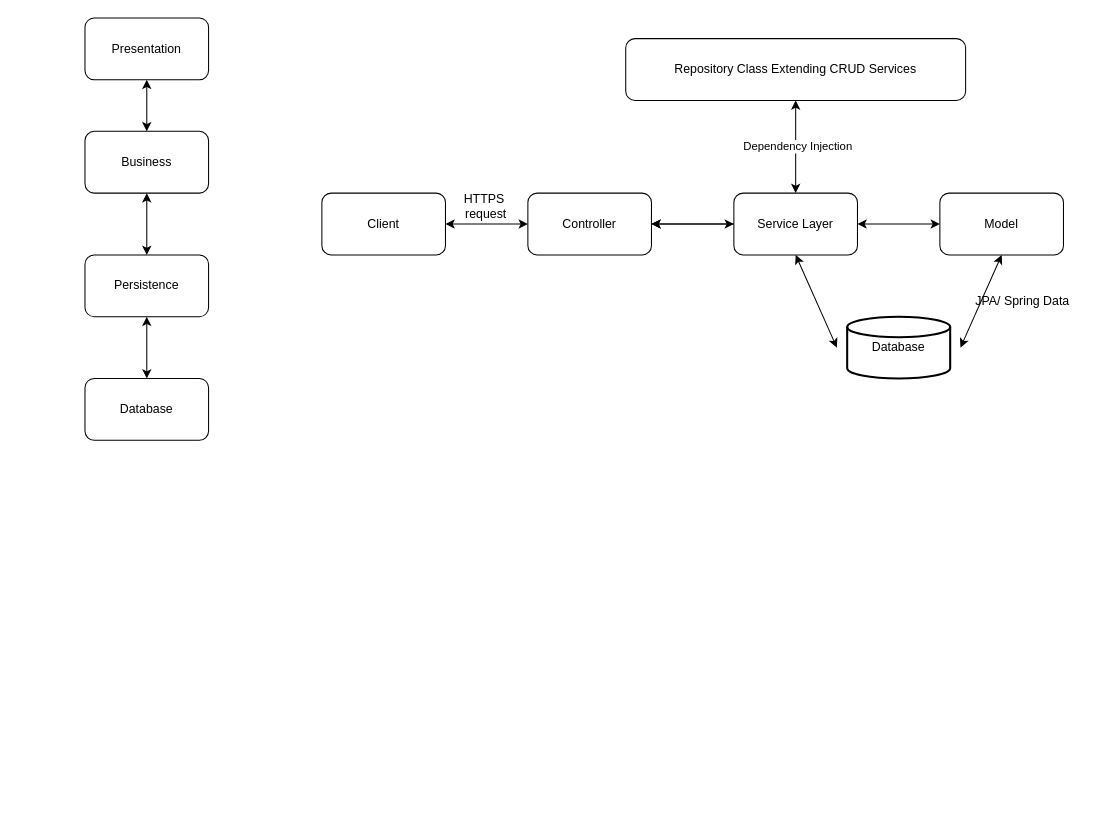
Above: page "architecture" (5 of 8) of diagram.drawio in pnv2003/hcmut-ssps (draw.io), before the change. Source tidied: cells renumbered, new cells numbered last; positions are measured from the earlier drawing's top-left corner, leaving out a move shared by most shapes. Both pictures are drawn from the tidied source at 103%, with x=0, y=0 at pixel (84, 18).
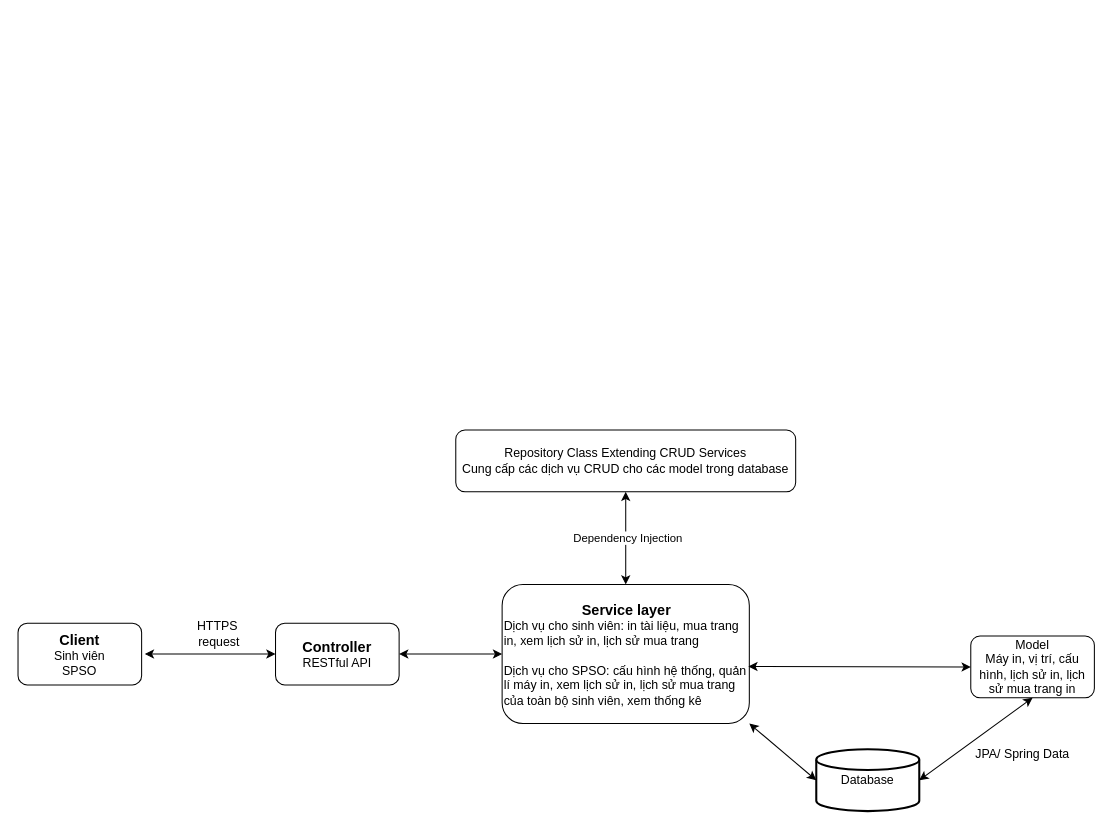
Above is the later version.

The edit, as a diff of the source:
```diff
@@
-    <mxCell id="2" style="edgeStyle=orthogonalEdgeStyle;rounded=0;jettySize=auto;html=1;" parent="1" edge="1" source="3" target="5">
-      <mxGeometry relative="1" as="geometry" />
-    </mxCell>
-    <mxCell id="3" value="Service Layer" style="rounded=1;whiteSpace=wrap;html=1;" parent="1" vertex="1">
-      <mxGeometry x="630" y="170" width="120" height="60" as="geometry" />
-    </mxCell>
-    <mxCell id="4" value="Client" style="rounded=1;whiteSpace=wrap;html=1;" parent="1" vertex="1">
-      <mxGeometry x="230" y="170" width="120" height="60" as="geometry" />
-    </mxCell>
-    <mxCell id="5" value="Controller" style="rounded=1;whiteSpace=wrap;html=1;" parent="1" vertex="1">
-      <mxGeometry x="430" y="170" width="120" height="60" as="geometry" />
-    </mxCell>
-    <mxCell id="6" value="Model" style="rounded=1;whiteSpace=wrap;html=1;" parent="1" vertex="1">
-      <mxGeometry x="830" y="170" width="120" height="60" as="geometry" />
-    </mxCell>
-    <mxCell id="7" value="Repository Class Extending CRUD Services" style="rounded=1;whiteSpace=wrap;html=1;" parent="1" vertex="1">
-      <mxGeometry x="525" y="20" width="330" height="60" as="geometry" />
-    </mxCell>
-    <mxCell id="8" style="endArrow=classic;startArrow=classic;html=1;rounded=0;entryX=0;entryY=0.5;entryDx=0;entryDy=0;exitX=1;exitY=0.5;exitDx=0;exitDy=0;" parent="1" edge="1" source="4" target="5">
-      <mxGeometry relative="1" as="geometry" />
-    </mxCell>
-    <mxCell id="9" style="endArrow=classic;startArrow=classic;html=1;rounded=0;entryX=0.5;entryY=0;entryDx=0;entryDy=0;exitX=0.5;exitY=1;exitDx=0;exitDy=0;" parent="1" edge="1" source="7" target="3">
-      <mxGeometry relative="1" as="geometry" />
-    </mxCell>
+    <mxCell id="25" value="&lt;font style=&quot;font-size: 14px;&quot;&gt;&lt;b&gt;Client&lt;/b&gt;&lt;/font&gt;&lt;br&gt;Sinh viên&lt;br&gt;SPSO" style="rounded=1;whiteSpace=wrap;html=1;" parent="1" vertex="1">
+      <mxGeometry x="-65" y="587.5" width="120" height="60" as="geometry" />
+    </mxCell>
+    <mxCell id="26" value="&lt;font style=&quot;font-size: 14px;&quot;&gt;&lt;b&gt;Controller&lt;/b&gt;&lt;/font&gt;&lt;br&gt;RESTful API" style="rounded=1;whiteSpace=wrap;html=1;" parent="1" vertex="1">
+      <mxGeometry x="185" y="587.5" width="120" height="60" as="geometry" />
+    </mxCell>
+    <mxCell id="27" style="endArrow=classic;startArrow=classic;html=1;rounded=0;entryX=0;entryY=0.5;entryDx=0;entryDy=0;exitX=1.026;exitY=0.5;exitDx=0;exitDy=0;exitPerimeter=0;" parent="1" edge="1" source="25" target="26">
+      <mxGeometry relative="1" as="geometry" />
+    </mxCell>
+    <mxCell id="16" value="HTTPS&amp;nbsp;&lt;br&gt;request" style="text;html=1;align=center;verticalAlign=middle;strokeColor=none;fillColor=none;" parent="1" vertex="1">
+      <mxGeometry x="95" y="577.5" width="70" height="40" as="geometry" />
+    </mxCell>
+    <mxCell id="28" value="&lt;div style=&quot;text-align: center;&quot;&gt;&lt;b style=&quot;background-color: initial;&quot;&gt;&lt;font style=&quot;font-size: 14px;&quot;&gt;Service layer&lt;/font&gt;&lt;/b&gt;&lt;/div&gt;Dịch vụ cho sinh viên: in tài liệu, mua trang in, xem lịch sử in, lịch sử mua trang&lt;br&gt;&lt;br&gt;Dịch vụ cho SPSO: cấu hình hệ thống, quản lí máy in, xem lịch sử in, lịch sử mua trang của toàn bộ sinh viên, xem thống kê" style="rounded=1;whiteSpace=wrap;html=1;align=left;" parent="1" vertex="1">
+      <mxGeometry x="405" y="550" width="240" height="135" as="geometry" />
+    </mxCell>
+    <mxCell id="29" style="endArrow=classic;startArrow=classic;html=1;rounded=0;entryX=0;entryY=0.5;entryDx=0;entryDy=0;exitX=1;exitY=0.5;exitDx=0;exitDy=0;" parent="1" edge="1" source="26" target="28">
+      <mxGeometry relative="1" as="geometry" />
+    </mxCell>
+    <mxCell id="30" value="Model&lt;br&gt;Máy in, vị trí, cấu hình, lịch sử in, lịch sử mua trang in" style="rounded=1;whiteSpace=wrap;html=1;" parent="1" vertex="1">
+      <mxGeometry x="860" y="600" width="120" height="60" as="geometry" />
+    </mxCell>
+    <mxCell id="31" style="endArrow=classic;startArrow=classic;html=1;rounded=0;exitX=0.996;exitY=0.59;exitDx=0;exitDy=0;entryX=0;entryY=0.5;entryDx=0;entryDy=0;exitPerimeter=0;" parent="1" edge="1" source="28" target="30">
+      <mxGeometry relative="1" as="geometry" />
+    </mxCell>
+    <mxCell id="32" value="Repository Class Extending CRUD Services&lt;br&gt;Cung cấp các dịch vụ CRUD cho các model trong database" style="rounded=1;whiteSpace=wrap;html=1;" parent="1" vertex="1">
+      <mxGeometry x="360" y="400" width="330" height="60" as="geometry" />
+    </mxCell>
+    <mxCell id="33" style="endArrow=classic;startArrow=classic;html=1;rounded=0;entryX=0.5;entryY=0;entryDx=0;entryDy=0;exitX=0.5;exitY=1;exitDx=0;exitDy=0;" parent="1" edge="1" source="32" target="28">
+      <mxGeometry relative="1" as="geometry" />
+    </mxCell>
-    <mxCell id="10" value="Dependency Injection" style="edgeLabel;html=1;align=center;verticalAlign=middle;" parent="9" vertex="1">
+    <mxCell id="10" value="Dependency Injection" style="edgeLabel;html=1;align=center;verticalAlign=middle;" parent="33" vertex="1">
       <mxGeometry x="-0.02" y="1" relative="1" as="geometry" />
     </mxCell>
-    <mxCell id="11" style="endArrow=classic;startArrow=classic;html=1;rounded=0;entryX=0;entryY=0.5;entryDx=0;entryDy=0;exitX=1;exitY=0.5;exitDx=0;exitDy=0;" parent="1" edge="1" source="5" target="3">
-      <mxGeometry relative="1" as="geometry" />
-    </mxCell>
-    <mxCell id="12" style="endArrow=classic;startArrow=classic;html=1;rounded=0;exitX=1;exitY=0.5;exitDx=0;exitDy=0;entryX=0;entryY=0.5;entryDx=0;entryDy=0;" parent="1" edge="1" source="3" target="6">
-      <mxGeometry relative="1" as="geometry" />
-    </mxCell>
-    <mxCell id="13" style="endArrow=classic;startArrow=classic;html=1;rounded=0;entryX=0.5;entryY=1;entryDx=0;entryDy=0;exitX=1;exitY=0.15;exitDx=0;exitDy=0;exitPerimeter=0;" parent="1" edge="1" target="6">
-      <mxGeometry relative="1" as="geometry">
-        <mxPoint x="850" y="320" as="sourcePoint" />
-      </mxGeometry>
-    </mxCell>
-    <mxCell id="14" style="endArrow=classic;startArrow=classic;html=1;rounded=0;entryX=0;entryY=0.15;entryDx=0;entryDy=0;exitX=0.5;exitY=1;exitDx=0;exitDy=0;entryPerimeter=0;" parent="1" edge="1" source="3">
-      <mxGeometry relative="1" as="geometry">
-        <mxPoint x="730" y="320" as="targetPoint" />
-      </mxGeometry>
-    </mxCell>
+    <mxCell id="17" value="Database" style="strokeWidth=2;html=1;shape=mxgraph.flowchart.database;whiteSpace=wrap;" parent="1" vertex="1">
+      <mxGeometry x="710" y="710" width="100" height="60" as="geometry" />
+    </mxCell>
+    <mxCell id="34" style="endArrow=classic;startArrow=classic;html=1;rounded=0;entryX=0.5;entryY=1;entryDx=0;entryDy=0;exitX=1;exitY=0.5;exitDx=0;exitDy=0;exitPerimeter=0;" parent="1" edge="1" source="17" target="30">
+      <mxGeometry relative="1" as="geometry" />
+    </mxCell>
     <mxCell id="15" value="JPA/ Spring Data" style="text;html=1;align=center;verticalAlign=middle;strokeColor=none;fillColor=none;" parent="1" vertex="1">
-      <mxGeometry x="855" y="260" width="110" height="30" as="geometry" />
+      <mxGeometry x="855" y="700" width="110" height="30" as="geometry" />
     </mxCell>
-    <mxCell id="16" value="HTTPS&amp;nbsp;&lt;br&gt;request" style="text;html=1;align=center;verticalAlign=middle;strokeColor=none;fillColor=none;" parent="1" vertex="1">
-      <mxGeometry x="354" y="163" width="70" height="40" as="geometry" />
-    </mxCell>
-    <mxCell id="17" value="Database" style="strokeWidth=2;html=1;shape=mxgraph.flowchart.database;whiteSpace=wrap;" parent="1" vertex="1">
-      <mxGeometry x="740" y="290" width="100" height="60" as="geometry" />
-    </mxCell>
-    <mxCell id="18" value="Presentation" style="rounded=1;whiteSpace=wrap;html=1;" parent="1" vertex="1">
-      <mxGeometry width="120" height="60" as="geometry" />
-    </mxCell>
-    <mxCell id="19" value="Business" style="rounded=1;whiteSpace=wrap;html=1;" parent="1" vertex="1">
-      <mxGeometry y="110" width="120" height="60" as="geometry" />
-    </mxCell>
-    <mxCell id="20" value="Persistence" style="rounded=1;whiteSpace=wrap;html=1;" parent="1" vertex="1">
-      <mxGeometry y="230" width="120" height="60" as="geometry" />
-    </mxCell>
-    <mxCell id="21" value="Database" style="rounded=1;whiteSpace=wrap;html=1;" parent="1" vertex="1">
-      <mxGeometry y="350" width="120" height="60" as="geometry" />
-    </mxCell>
-    <mxCell id="22" style="endArrow=classic;startArrow=classic;html=1;rounded=0;entryX=0.5;entryY=0;entryDx=0;entryDy=0;exitX=0.5;exitY=1;exitDx=0;exitDy=0;" parent="1" edge="1" source="18" target="19">
-      <mxGeometry relative="1" as="geometry" />
-    </mxCell>
-    <mxCell id="23" style="endArrow=classic;startArrow=classic;html=1;rounded=0;entryX=0.5;entryY=0;entryDx=0;entryDy=0;exitX=0.5;exitY=1;exitDx=0;exitDy=0;" parent="1" edge="1" source="19" target="20">
-      <mxGeometry relative="1" as="geometry" />
-    </mxCell>
-    <mxCell id="24" style="endArrow=classic;startArrow=classic;html=1;rounded=0;exitX=0.5;exitY=1;exitDx=0;exitDy=0;entryX=0.5;entryY=0;entryDx=0;entryDy=0;" parent="1" edge="1" source="20" target="21">
-      <mxGeometry relative="1" as="geometry" />
-    </mxCell>
+    <mxCell id="35" style="endArrow=classic;startArrow=classic;html=1;rounded=0;entryX=0;entryY=0.5;entryDx=0;entryDy=0;exitX=1;exitY=1;exitDx=0;exitDy=0;entryPerimeter=0;" parent="1" edge="1" source="28" target="17">
+      <mxGeometry relative="1" as="geometry" />
+    </mxCell>
```
